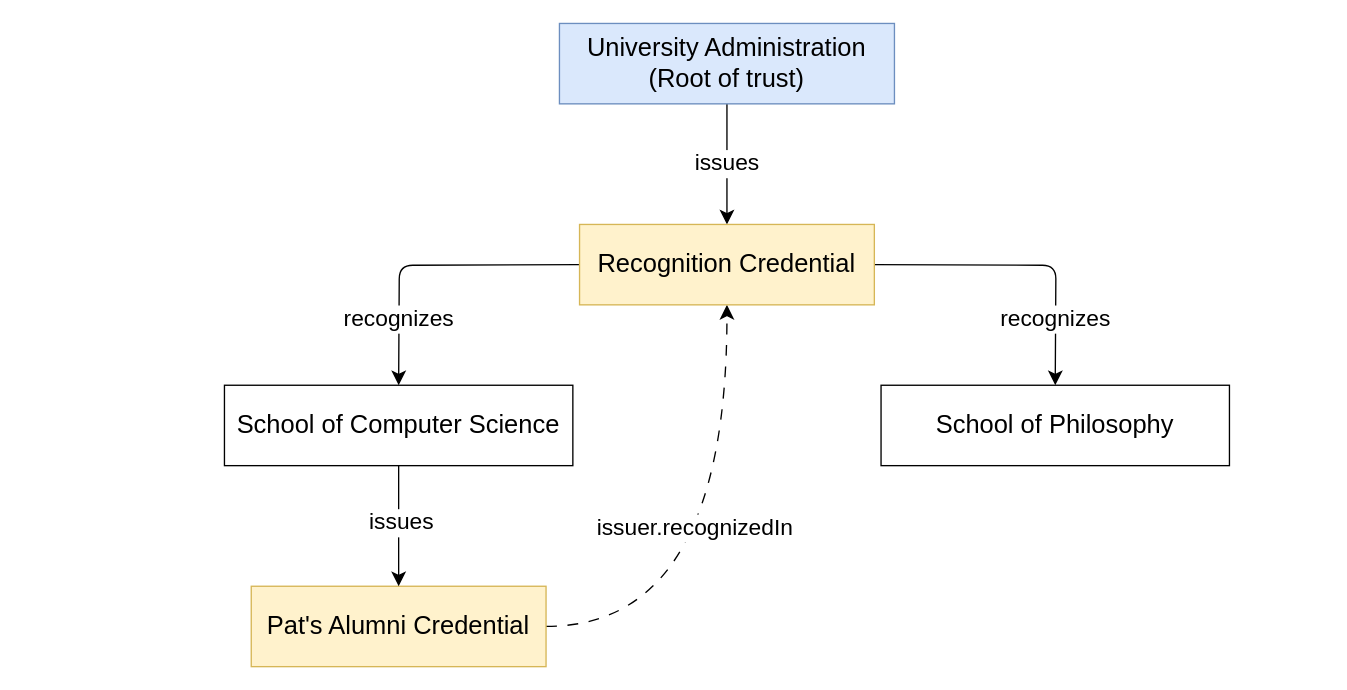
This is diagrams/recognition_chart.drawio from w3c/vc-overview, a draw.io file, before an edit. Source tidied: cells renumbered, new cells numbered last; positions are measured from the earlier drawing's top-left corner, leaving out a move shared by most shapes. Both pictures are drawn from the tidied source at 134%, with x=0, y=0 at pixel (224, 23).
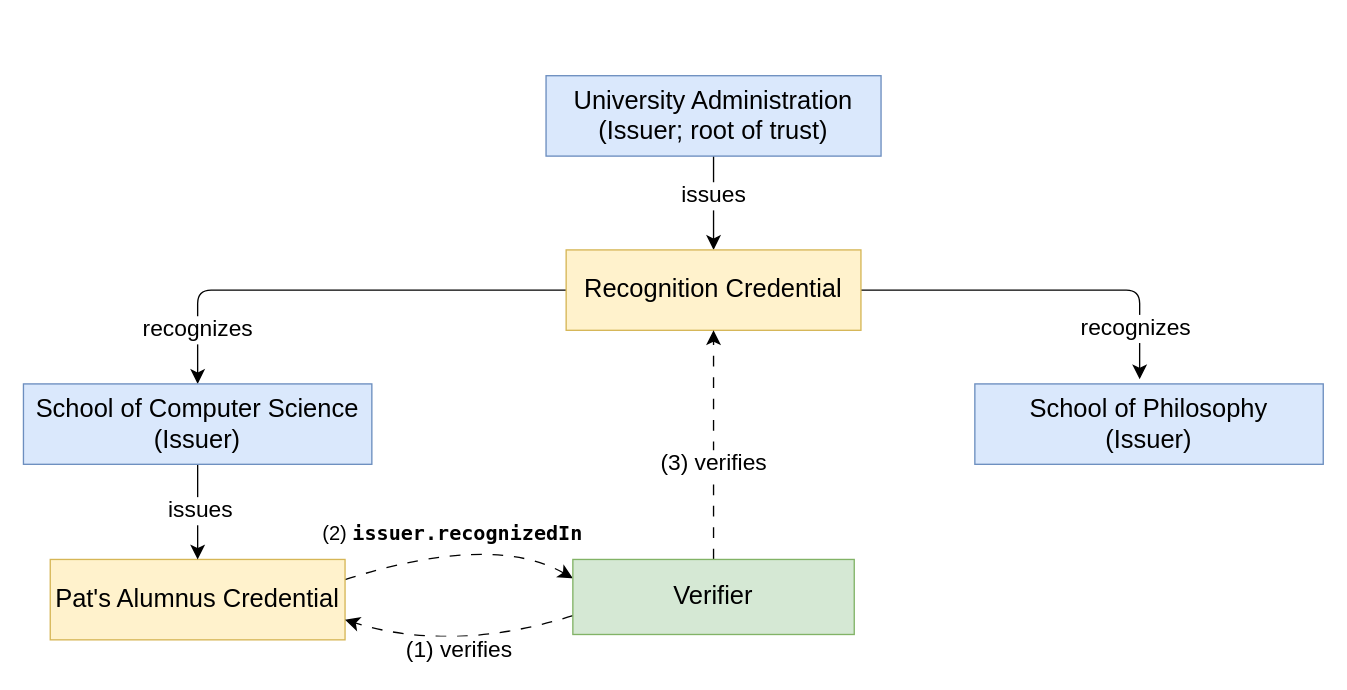
After the change.

The edit, as a diff of the source:
```diff
@@
 <mxGraphModel>
   <root>
     <mxCell id="0" />
     <mxCell id="1" parent="0" />
-    <mxCell id="2" style="edgeStyle=orthogonalEdgeStyle;rounded=0;jettySize=auto;html=1;exitX=1;exitY=0.5;exitDx=0;exitDy=0;entryX=0.5;entryY=1;entryDx=0;entryDy=0;fontSize=12;startSize=8;endSize=8;curved=1;dashed=1;dashPattern=8 8;" parent="1" edge="1" source="4" target="11">
-      <mxGeometry relative="1" as="geometry" />
-    </mxCell>
-    <mxCell id="3" value="&lt;font style=&quot;font-size: 17px;&quot;&gt;issuer.recognizedIn&lt;/font&gt;" style="edgeLabel;html=1;align=center;verticalAlign=middle;fontSize=12;" parent="2" vertex="1">
-      <mxGeometry x="0.12" y="25" relative="1" as="geometry">
-        <mxPoint y="1" as="offset" />
-      </mxGeometry>
-    </mxCell>
+    <mxCell id="14" value="&lt;font style=&quot;font-size: 15px;&quot;&gt;&lt;font face=&quot;Helvetica&quot; style=&quot;&quot;&gt;(2) &lt;/font&gt;&lt;font face=&quot;Lucida Console&quot; style=&quot;font-weight: bold;&quot;&gt;issuer.recognizedIn&lt;/font&gt;&lt;/font&gt;" style="rounded=0;jettySize=auto;html=1;exitX=1;exitY=0.25;exitDx=0;exitDy=0;entryX=0;entryY=0.25;entryDx=0;entryDy=0;fontSize=12;startSize=8;endSize=8;dashed=1;dashPattern=8 8;curved=1;" parent="1" edge="1" source="4" target="17">
+      <mxGeometry x="-0.06" y="9" relative="1" as="geometry">
+        <Array as="points">
+          <mxPoint x="200" y="380" />
+        </Array>
+      </mxGeometry>
+    </mxCell>
-    <mxCell id="4" value="&lt;font style=&quot;font-size: 19px;&quot;&gt;Pat's Alumni Credential&lt;/font&gt;" style="rounded=0;whiteSpace=wrap;html=1;fillColor=#fff2cc;strokeColor=#d6b656;" parent="1" vertex="1">
-      <mxGeometry x="20" y="420" width="220" height="60" as="geometry" />
+    <mxCell id="4" value="&lt;font style=&quot;font-size: 19px;&quot;&gt;Pat's Alumnus Credential&lt;/font&gt;" style="rounded=0;whiteSpace=wrap;html=1;fillColor=#fff2cc;strokeColor=#d6b656;" parent="1" vertex="1">
+      <mxGeometry x="-130" y="400" width="220" height="60" as="geometry" />
     </mxCell>
-    <mxCell id="5" value="&lt;font style=&quot;font-size: 17px;&quot;&gt;recognizes&lt;/font&gt;" style="edgeStyle=orthogonalEdgeStyle;rounded=1;orthogonalLoop=1;jettySize=auto;html=1;exitX=0;exitY=0.5;exitDx=0;exitDy=0;entryX=0.5;entryY=0;entryDx=0;entryDy=0;fontSize=12;startSize=8;endSize=8;curved=0;" parent="1" edge="1">
-      <mxGeometry x="0.56" relative="1" as="geometry">
-        <mxPoint x="265" y="180" as="sourcePoint" />
-        <mxPoint x="130" y="270" as="targetPoint" />
-      </mxGeometry>
+    <mxCell id="5" value="&lt;font style=&quot;font-size: 17px;&quot;&gt;recognizes&lt;/font&gt;" style="edgeStyle=orthogonalEdgeStyle;rounded=1;jettySize=auto;html=1;exitX=1;exitY=0.5;exitDx=0;exitDy=0;entryX=0.473;entryY=-0.058;entryDx=0;entryDy=0;fontSize=12;startSize=8;endSize=8;curved=0;entryPerimeter=0;" parent="1" edge="1" source="11" target="13">
+      <mxGeometry x="0.73" y="-3" relative="1" as="geometry" />
     </mxCell>
-    <mxCell id="6" value="&lt;font style=&quot;font-size: 17px;&quot;&gt;recognizes&lt;/font&gt;" style="edgeStyle=orthogonalEdgeStyle;rounded=1;orthogonalLoop=1;jettySize=auto;html=1;exitX=1;exitY=0.5;exitDx=0;exitDy=0;entryX=0.5;entryY=0;entryDx=0;entryDy=0;fontSize=12;startSize=8;endSize=8;curved=0;" parent="1" edge="1">
-      <mxGeometry x="0.56" relative="1" as="geometry">
-        <mxPoint x="485" y="180" as="sourcePoint" />
-        <mxPoint x="620" y="270" as="targetPoint" />
-      </mxGeometry>
+    <mxCell id="6" value="&lt;font style=&quot;font-size: 17px;&quot;&gt;recognizes&lt;/font&gt;" style="edgeStyle=orthogonalEdgeStyle;rounded=1;jettySize=auto;html=1;exitX=0;exitY=0.5;exitDx=0;exitDy=0;entryX=0.5;entryY=0;entryDx=0;entryDy=0;fontSize=12;startSize=8;endSize=8;curved=0;" parent="1" edge="1" source="11" target="12">
+      <mxGeometry x="0.77" relative="1" as="geometry" />
     </mxCell>
     <mxCell id="7" style="edgeStyle=none;curved=1;rounded=0;jettySize=auto;html=1;exitX=0.5;exitY=1;exitDx=0;exitDy=0;entryX=0.5;entryY=0;entryDx=0;entryDy=0;fontSize=12;startSize=8;endSize=8;" parent="1" edge="1" source="12" target="4">
       <mxGeometry relative="1" as="geometry" />
     </mxCell>
     <mxCell id="8" value="&lt;font style=&quot;font-size: 17px;&quot;&gt;issues&lt;/font&gt;" style="edgeLabel;html=1;align=center;verticalAlign=middle;fontSize=12;" parent="7" vertex="1">
       <mxGeometry x="-0.08" y="1" relative="1" as="geometry">
         <mxPoint y="1" as="offset" />
       </mxGeometry>
     </mxCell>
     <mxCell id="9" value="&lt;font style=&quot;font-size: 17px;&quot;&gt;issues&lt;/font&gt;" style="edgeStyle=none;curved=1;rounded=0;jettySize=auto;html=1;exitX=0.5;exitY=1;exitDx=0;exitDy=0;entryX=0.5;entryY=0;entryDx=0;entryDy=0;fontSize=12;startSize=8;endSize=8;" parent="1" edge="1" source="10" target="11">
-      <mxGeometry relative="1" as="geometry" />
+      <mxGeometry x="-0.14" relative="1" as="geometry" />
     </mxCell>
-    <mxCell id="10" value="&lt;font style=&quot;font-size: 19px;&quot;&gt;University Administration&lt;/font&gt;&lt;div&gt;&lt;font style=&quot;font-size: 19px;&quot;&gt;(Root of trust)&lt;/font&gt;&lt;/div&gt;" style="rounded=0;whiteSpace=wrap;html=1;fillColor=#dae8fc;strokeColor=#6c8ebf;" parent="1" vertex="1">
-      <mxGeometry x="250" width="250" height="60" as="geometry" />
+    <mxCell id="10" value="&lt;font style=&quot;font-size: 19px;&quot;&gt;University Administration&lt;/font&gt;&lt;div&gt;&lt;font style=&quot;font-size: 19px;&quot;&gt;(Issuer; root of trust)&lt;/font&gt;&lt;/div&gt;" style="rounded=0;whiteSpace=wrap;html=1;fillColor=#dae8fc;strokeColor=#6c8ebf;" parent="1" vertex="1">
+      <mxGeometry x="240" y="39" width="250" height="60" as="geometry" />
     </mxCell>
     <mxCell id="11" value="&lt;font style=&quot;font-size: 19px;&quot;&gt;Recognition Credential&lt;/font&gt;" style="rounded=0;whiteSpace=wrap;html=1;fillColor=#fff2cc;strokeColor=#d6b656;" parent="1" vertex="1">
-      <mxGeometry x="265" y="150" width="220" height="60" as="geometry" />
+      <mxGeometry x="255" y="169" width="220" height="60" as="geometry" />
     </mxCell>
-    <mxCell id="12" value="&lt;font style=&quot;font-size: 19px;&quot;&gt;School of Computer Science&lt;/font&gt;" style="rounded=0;whiteSpace=wrap;html=1;" parent="1" vertex="1">
-      <mxGeometry y="270" width="260" height="60" as="geometry" />
+    <mxCell id="12" value="&lt;font style=&quot;font-size: 19px;&quot;&gt;School of Computer Science&lt;/font&gt;&lt;div&gt;&lt;span style=&quot;font-size: 19px;&quot;&gt;(Issuer)&lt;/span&gt;&lt;/div&gt;" style="rounded=0;whiteSpace=wrap;html=1;fillColor=#dae8fc;strokeColor=#6c8ebf;" parent="1" vertex="1">
+      <mxGeometry x="-150" y="269" width="260" height="60" as="geometry" />
     </mxCell>
-    <mxCell id="13" value="&lt;font style=&quot;font-size: 19px;&quot;&gt;School of Philosophy&lt;/font&gt;" style="rounded=0;whiteSpace=wrap;html=1;" parent="1" vertex="1">
-      <mxGeometry x="490" y="270" width="260" height="60" as="geometry" />
+    <mxCell id="13" value="&lt;font style=&quot;font-size: 19px;&quot;&gt;School of Philosophy&lt;/font&gt;&lt;div&gt;&lt;font style=&quot;font-size: 19px;&quot;&gt;(Issuer)&lt;/font&gt;&lt;/div&gt;" style="rounded=0;whiteSpace=wrap;html=1;fillColor=#dae8fc;strokeColor=#6c8ebf;" parent="1" vertex="1">
+      <mxGeometry x="560" y="269" width="260" height="60" as="geometry" />
     </mxCell>
+    <mxCell id="15" value="&lt;font style=&quot;font-size: 17px;&quot;&gt;(1) verifies&lt;/font&gt;" style="edgeStyle=none;curved=1;rounded=0;jettySize=auto;html=1;exitX=0;exitY=0.75;exitDx=0;exitDy=0;fontSize=12;startSize=8;endSize=8;entryX=1;entryY=0.75;entryDx=0;entryDy=0;dashed=1;dashPattern=8 8;" parent="1" edge="1" source="17" target="4">
+      <mxGeometry relative="1" as="geometry">
+        <Array as="points">
+          <mxPoint x="170" y="470" />
+        </Array>
+      </mxGeometry>
+    </mxCell>
+    <mxCell id="16" value="&lt;font style=&quot;font-size: 17px;&quot;&gt;(3) verifies&lt;/font&gt;" style="edgeStyle=orthogonalEdgeStyle;rounded=1;jettySize=auto;html=1;exitX=0.5;exitY=0;exitDx=0;exitDy=0;entryX=0.5;entryY=1;entryDx=0;entryDy=0;fontSize=12;startSize=8;endSize=8;curved=0;dashed=1;dashPattern=8 8;" parent="1" edge="1" source="17" target="11">
+      <mxGeometry x="-0.17" relative="1" as="geometry" />
+    </mxCell>
+    <mxCell id="17" value="&lt;font style=&quot;font-size: 19px;&quot;&gt;Verifier&lt;/font&gt;" style="rounded=0;whiteSpace=wrap;html=1;fillColor=#d5e8d4;strokeColor=#82b366;" parent="1" vertex="1">
+      <mxGeometry x="260" y="400" width="210" height="56" as="geometry" />
+    </mxCell>
   </root>
 </mxGraphModel>
```
